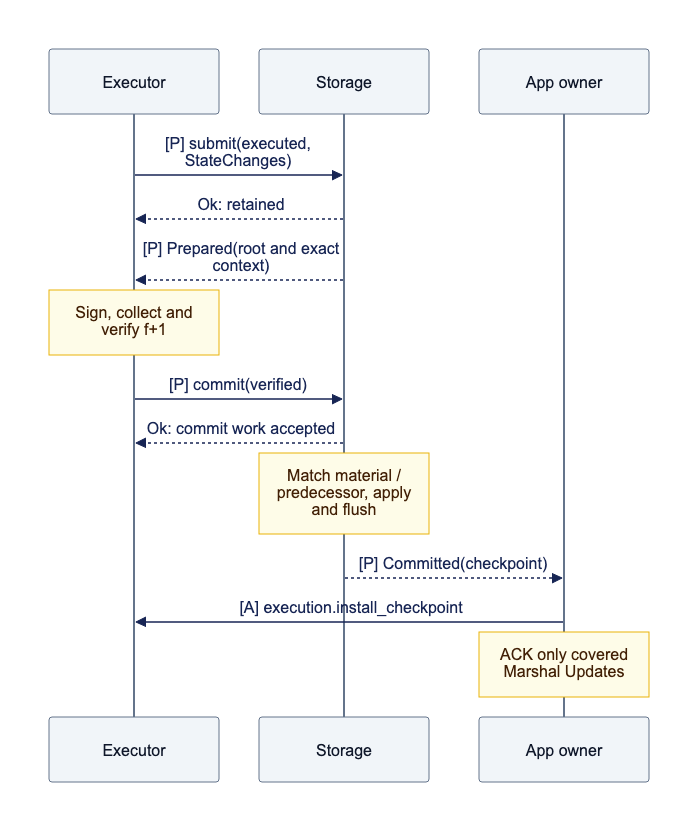
The Mermaid diagram docs/assets/diagrams/diagram-30.png in djm07073/baton, before a commit. Its source is kept beside it as docs/assets/diagrams/diagram-30.mmd.
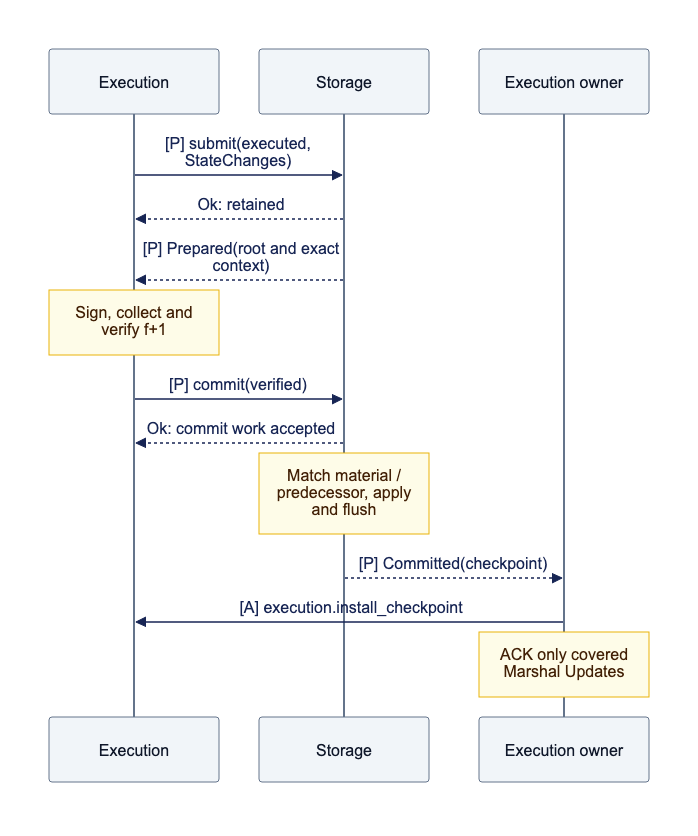
Above is the later version.

Change to the diagram source:
```diff
@@ -1,7 +1,7 @@
 sequenceDiagram
-    participant E as Executor
+    participant E as Execution
     participant S as Storage
-    participant A as App owner
+    participant A as Execution owner
     E->>S: [P] submit(executed, StateChanges)
     S-->>E: Ok: retained
     S-->>E: [P] Prepared(root and exact context)
```
